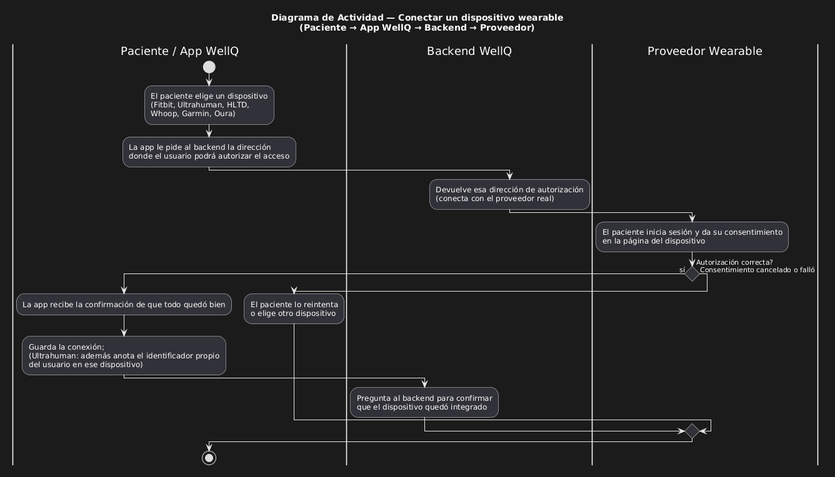
Above: Fase 1/Evidencias Proyecto/Diagrama_Actividad_Connect_Wearable.png in anna-hc/Capstone-Proyecto (PlantUML), before the change. Its diagram source:
```plantuml
@startuml
skinparam conditionStyle diamond
title Diagrama de Actividad — Conectar un dispositivo wearable\n(Paciente → App WellQ → Backend → Proveedor)

|Paciente / App WellQ|
start

:El paciente elige un dispositivo\n(Fitbit, Ultrahuman, HLTD,\nWhoop, Garmin, Oura);

:La app le pide al backend la dirección\ndonde el usuario podrá autorizar el acceso;

|Backend WellQ|
:Devuelve esa dirección de autorización\n(conecta con el proveedor real);

|Proveedor Wearable|
:El paciente inicia sesión y da su consentimiento\nen la página del dispositivo;

if (Autorización correcta?) then (sí)
  |Paciente / App WellQ|
  :La app recibe la confirmación de que todo quedó bien;
  :Guarda la conexión;\n(Ultrahuman: además anota el identificador propio\ndel usuario en ese dispositivo);

  |Backend WellQ|
  :Pregunta al backend para confirmar\nque el dispositivo quedó integrado;
else (Consentimiento cancelado o falló)
  |Paciente / App WellQ|
  :El paciente lo reintenta\no elige otro dispositivo;
endif

stop
@enduml
```
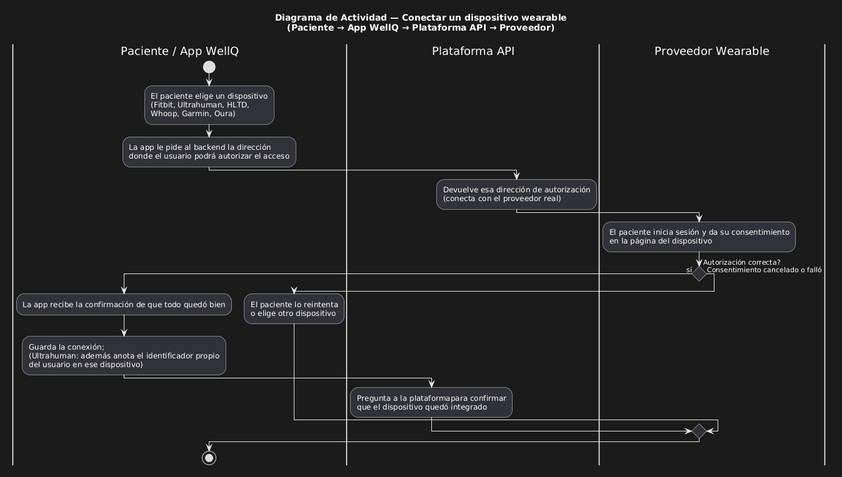
After the commit.

Change to the diagram source:
```diff
@@ -1,6 +1,6 @@
 @startuml
 skinparam conditionStyle diamond
-title Diagrama de Actividad — Conectar un dispositivo wearable\n(Paciente → App WellQ → Backend → Proveedor)
+title Diagrama de Actividad — Conectar un dispositivo wearable\n(Paciente → App WellQ → Plataforma API → Proveedor)
 
 |Paciente / App WellQ|
 start
@@ -9,7 +9,7 @@
 
 :La app le pide al backend la dirección\ndonde el usuario podrá autorizar el acceso;
 
-|Backend WellQ|
+|Plataforma API|
 :Devuelve esa dirección de autorización\n(conecta con el proveedor real);
 
 |Proveedor Wearable|
@@ -20,8 +20,8 @@
   :La app recibe la confirmación de que todo quedó bien;
   :Guarda la conexión;\n(Ultrahuman: además anota el identificador propio\ndel usuario en ese dispositivo);
 
-  |Backend WellQ|
-  :Pregunta al backend para confirmar\nque el dispositivo quedó integrado;
+  |Plataforma API|
+  :Pregunta a la plataformapara confirmar\nque el dispositivo quedó integrado;
 else (Consentimiento cancelado o falló)
   |Paciente / App WellQ|
   :El paciente lo reintenta\no elige otro dispositivo;
```
